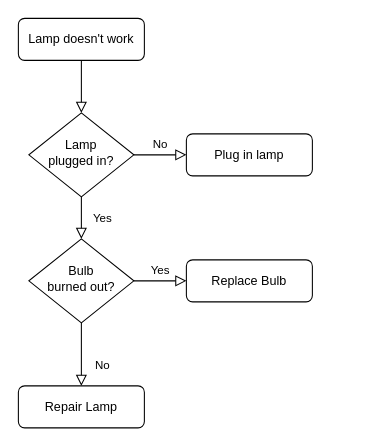
wdyhme/Virtual keeps this draw.io diagram as Диаграмма без названия.drawio. Above is the earlier version. Source tidied: cells renumbered, new cells numbered last; positions are measured from the earlier drawing's top-left corner, leaving out a move shared by most shapes. Both pictures are drawn from the tidied source at 105%, with x=0, y=0 at pixel (18, 18).
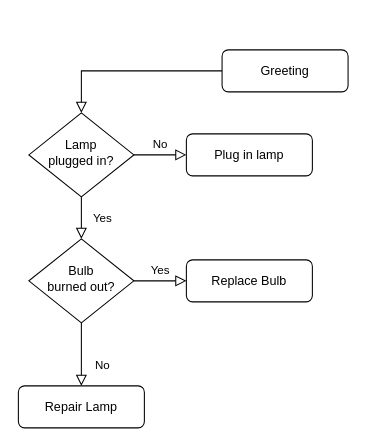
Above is the later version.

The edit, as a diff of the source:
```diff
@@
 <mxGraphModel>
   <root>
     <mxCell id="0" />
     <mxCell id="1" parent="0" />
     <mxCell id="2" style="rounded=0;html=1;jettySize=auto;fontSize=11;endArrow=block;endFill=0;endSize=8;strokeWidth=1;shadow=0;labelBackgroundColor=none;edgeStyle=orthogonalEdgeStyle;" parent="1" edge="1" source="3" target="6">
       <mxGeometry relative="1" as="geometry" />
     </mxCell>
-    <mxCell id="3" value="Lamp doesn't work" style="rounded=1;whiteSpace=wrap;html=1;fontSize=12;glass=0;strokeWidth=1;shadow=0;" parent="1" vertex="1">
-      <mxGeometry width="120" height="40" as="geometry" />
+    <mxCell id="3" value="Greeting" style="rounded=1;whiteSpace=wrap;html=1;fontSize=12;glass=0;strokeWidth=1;shadow=0;" parent="1" vertex="1">
+      <mxGeometry x="194" y="30" width="120" height="40" as="geometry" />
     </mxCell>
     <mxCell id="4" value="Yes" style="rounded=0;html=1;jettySize=auto;fontSize=11;endArrow=block;endFill=0;endSize=8;strokeWidth=1;shadow=0;labelBackgroundColor=none;edgeStyle=orthogonalEdgeStyle;" parent="1" edge="1" source="6" target="10">
       <mxGeometry y="20" relative="1" as="geometry" />
     </mxCell>
     <mxCell id="5" value="No" style="edgeStyle=orthogonalEdgeStyle;rounded=0;html=1;jettySize=auto;fontSize=11;endArrow=block;endFill=0;endSize=8;strokeWidth=1;shadow=0;labelBackgroundColor=none;" parent="1" edge="1" source="6" target="7">
       <mxGeometry y="10" relative="1" as="geometry" />
     </mxCell>
     <mxCell id="6" value="Lamp&lt;br&gt;plugged in?" style="rhombus;whiteSpace=wrap;html=1;shadow=0;fontFamily=Helvetica;fontSize=12;align=center;strokeWidth=1;spacing=6;spacingTop=-4;" parent="1" vertex="1">
       <mxGeometry x="10" y="90" width="100" height="80" as="geometry" />
     </mxCell>
     <mxCell id="7" value="Plug in lamp" style="rounded=1;whiteSpace=wrap;html=1;fontSize=12;glass=0;strokeWidth=1;shadow=0;" parent="1" vertex="1">
       <mxGeometry x="160" y="110" width="120" height="40" as="geometry" />
     </mxCell>
     <mxCell id="8" value="No" style="rounded=0;html=1;jettySize=auto;fontSize=11;endArrow=block;endFill=0;endSize=8;strokeWidth=1;shadow=0;labelBackgroundColor=none;edgeStyle=orthogonalEdgeStyle;" parent="1" edge="1" source="10" target="11">
       <mxGeometry x="0.33" y="20" relative="1" as="geometry" />
     </mxCell>
     <mxCell id="9" value="Yes" style="edgeStyle=orthogonalEdgeStyle;rounded=0;html=1;jettySize=auto;fontSize=11;endArrow=block;endFill=0;endSize=8;strokeWidth=1;shadow=0;labelBackgroundColor=none;" parent="1" edge="1" source="10" target="12">
       <mxGeometry y="10" relative="1" as="geometry" />
     </mxCell>
     <mxCell id="10" value="Bulb&lt;br&gt;burned out?" style="rhombus;whiteSpace=wrap;html=1;shadow=0;fontFamily=Helvetica;fontSize=12;align=center;strokeWidth=1;spacing=6;spacingTop=-4;" parent="1" vertex="1">
       <mxGeometry x="10" y="210" width="100" height="80" as="geometry" />
     </mxCell>
     <mxCell id="11" value="Repair Lamp" style="rounded=1;whiteSpace=wrap;html=1;fontSize=12;glass=0;strokeWidth=1;shadow=0;" parent="1" vertex="1">
       <mxGeometry y="350" width="120" height="40" as="geometry" />
     </mxCell>
     <mxCell id="12" value="Replace Bulb" style="rounded=1;whiteSpace=wrap;html=1;fontSize=12;glass=0;strokeWidth=1;shadow=0;" parent="1" vertex="1">
       <mxGeometry x="160" y="230" width="120" height="40" as="geometry" />
     </mxCell>
   </root>
 </mxGraphModel>
```
